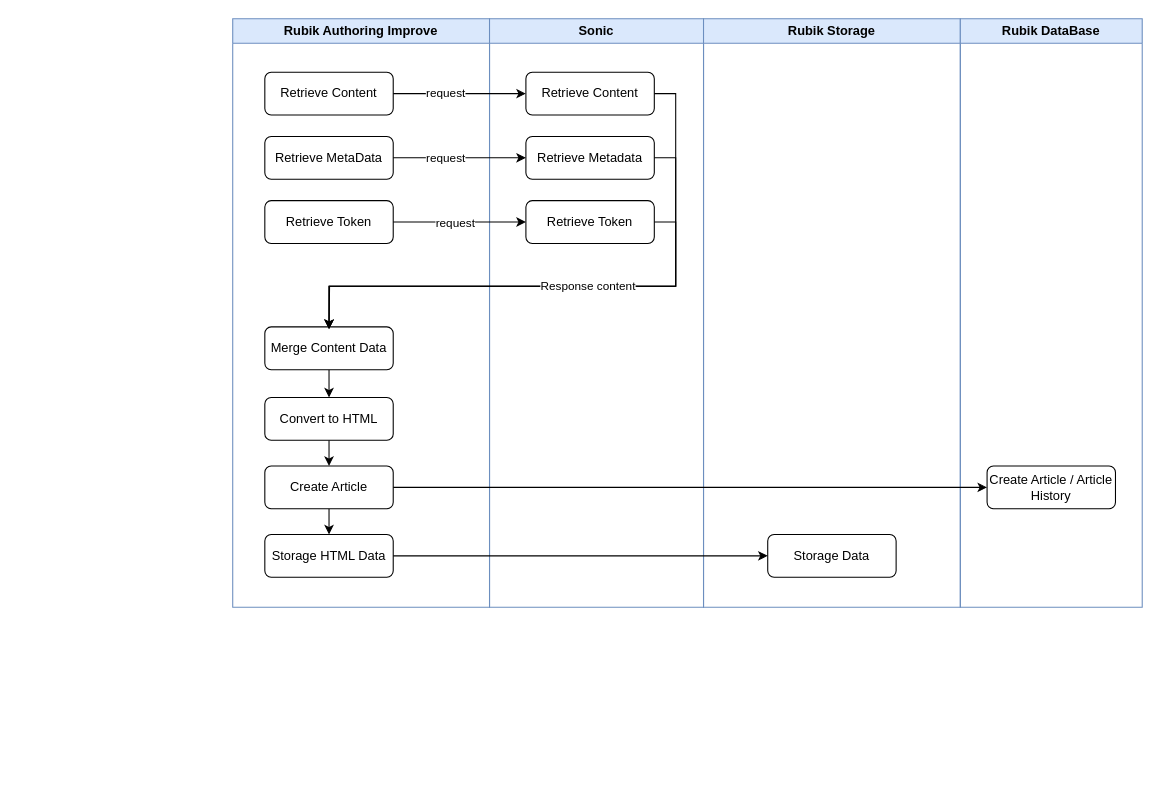
Above: page "Page-14" (14 of 16) of 2.drawio in hy986/Repo_0110 (draw.io), before the change. Source tidied: cells renumbered, new cells numbered last; positions are measured from the earlier drawing's top-left corner, leaving out a move shared by most shapes. Both pictures are drawn from the tidied source at 107%, with x=0, y=0 at pixel (232, 18).
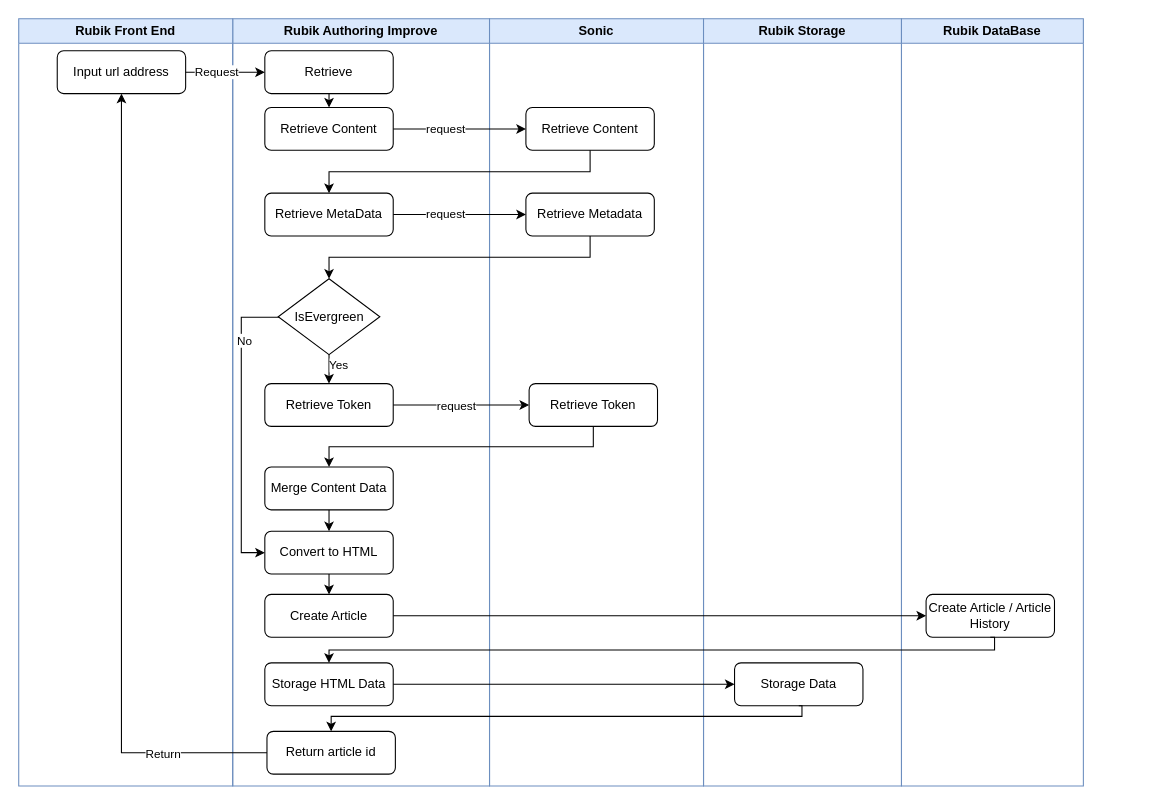
The same diagram, later.

Diff of the diagram source:
```diff
@@
     <mxCell id="2" value="Rubik Authoring Improve" style="swimlane;whiteSpace=wrap;html=1;swimlaneLine=1;fillColor=#dae8fc;strokeColor=#6c8ebf;" parent="1" vertex="1">
-      <mxGeometry width="240" height="550" as="geometry" />
+      <mxGeometry width="240" height="717" as="geometry" />
     </mxCell>
     <mxCell id="3" value="Retrieve Content" style="rounded=1;whiteSpace=wrap;html=1;" parent="2" vertex="1">
-      <mxGeometry x="30" y="50" width="120" height="40" as="geometry" />
+      <mxGeometry x="30" y="83" width="120" height="40" as="geometry" />
     </mxCell>
     <mxCell id="4" value="Retrieve MetaData" style="rounded=1;whiteSpace=wrap;html=1;" parent="2" vertex="1">
-      <mxGeometry x="30" y="110" width="120" height="40" as="geometry" />
+      <mxGeometry x="30" y="163" width="120" height="40" as="geometry" />
     </mxCell>
     <mxCell id="5" value="Retrieve Token" style="rounded=1;whiteSpace=wrap;html=1;" parent="2" vertex="1">
-      <mxGeometry x="30" y="170" width="120" height="40" as="geometry" />
+      <mxGeometry x="30" y="341" width="120" height="40" as="geometry" />
     </mxCell>
-    <mxCell id="6" style="edgeStyle=orthogonalEdgeStyle;rounded=0;jettySize=auto;html=1;exitX=0.5;exitY=1;exitDx=0;exitDy=0;" parent="2" edge="1" source="7" target="12">
-      <mxGeometry relative="1" as="geometry" />
-    </mxCell>
     <mxCell id="7" value="Create Article" style="rounded=1;whiteSpace=wrap;html=1;" parent="2" vertex="1">
-      <mxGeometry x="30" y="418" width="120" height="40" as="geometry" />
+      <mxGeometry x="30" y="538" width="120" height="40" as="geometry" />
     </mxCell>
@@
     <mxCell id="9" value="Merge Content Data" style="rounded=1;whiteSpace=wrap;html=1;" parent="2" vertex="1">
-      <mxGeometry x="30" y="288" width="120" height="40" as="geometry" />
+      <mxGeometry x="30" y="419" width="120" height="40" as="geometry" />
     </mxCell>
@@
     <mxCell id="11" value="Convert to HTML" style="rounded=1;whiteSpace=wrap;html=1;" parent="2" vertex="1">
-      <mxGeometry x="30" y="354" width="120" height="40" as="geometry" />
+      <mxGeometry x="30" y="479" width="120" height="40" as="geometry" />
     </mxCell>
     <mxCell id="12" value="Storage HTML Data" style="rounded=1;whiteSpace=wrap;html=1;" parent="2" vertex="1">
-      <mxGeometry x="30" y="482" width="120" height="40" as="geometry" />
+      <mxGeometry x="30" y="602" width="120" height="40" as="geometry" />
     </mxCell>
+    <mxCell id="32" style="edgeStyle=orthogonalEdgeStyle;rounded=0;jettySize=auto;html=1;exitX=0.5;exitY=1;exitDx=0;exitDy=0;entryX=0.5;entryY=0;entryDx=0;entryDy=0;" parent="2" edge="1" source="33" target="3">
+      <mxGeometry relative="1" as="geometry" />
+    </mxCell>
+    <mxCell id="33" value="Retrieve" style="rounded=1;whiteSpace=wrap;html=1;" parent="2" vertex="1">
+      <mxGeometry x="30" y="30" width="120" height="40" as="geometry" />
+    </mxCell>
+    <mxCell id="34" style="edgeStyle=orthogonalEdgeStyle;rounded=0;jettySize=auto;html=1;exitX=0.5;exitY=1;exitDx=0;exitDy=0;entryX=0.5;entryY=0;entryDx=0;entryDy=0;" parent="2" edge="1" source="38" target="5">
+      <mxGeometry relative="1" as="geometry" />
+    </mxCell>
+    <mxCell id="35" value="Yes" style="edgeLabel;html=1;align=center;verticalAlign=middle;" parent="34" vertex="1">
+      <mxGeometry x="-0.04" y="-1" relative="1" as="geometry">
+        <mxPoint x="9" y="-4" as="offset" />
+      </mxGeometry>
+    </mxCell>
+    <mxCell id="36" style="edgeStyle=orthogonalEdgeStyle;rounded=0;jettySize=auto;html=1;exitX=0.079;exitY=0.507;exitDx=0;exitDy=0;entryX=0;entryY=0.5;entryDx=0;entryDy=0;exitPerimeter=0;" parent="2" edge="1" source="38" target="11">
+      <mxGeometry relative="1" as="geometry">
+        <Array as="points">
+          <mxPoint x="8" y="279" />
+          <mxPoint x="8" y="499" />
+        </Array>
+      </mxGeometry>
+    </mxCell>
+    <mxCell id="37" value="No" style="edgeLabel;html=1;align=center;verticalAlign=middle;" parent="36" vertex="1">
+      <mxGeometry x="-0.55" y="2" relative="1" as="geometry" />
+    </mxCell>
+    <mxCell id="38" value="IsEvergreen" style="rhombus;whiteSpace=wrap;html=1;" parent="2" vertex="1">
+      <mxGeometry x="42.5" y="243" width="95" height="71" as="geometry" />
+    </mxCell>
+    <mxCell id="39" value="Return article id" style="rounded=1;whiteSpace=wrap;html=1;" parent="2" vertex="1">
+      <mxGeometry x="32" y="666" width="120" height="40" as="geometry" />
+    </mxCell>
     <mxCell id="13" value="Sonic" style="swimlane;whiteSpace=wrap;html=1;fillColor=#dae8fc;strokeColor=#6c8ebf;" parent="1" vertex="1">
-      <mxGeometry x="240" width="200" height="550" as="geometry" />
+      <mxGeometry x="240" width="200" height="717" as="geometry" />
     </mxCell>
     <mxCell id="14" value="Retrieve Content" style="rounded=1;whiteSpace=wrap;html=1;" parent="13" vertex="1">
-      <mxGeometry x="34" y="50" width="120" height="40" as="geometry" />
+      <mxGeometry x="34" y="83" width="120" height="40" as="geometry" />
     </mxCell>
     <mxCell id="15" value="Retrieve Metadata" style="rounded=1;whiteSpace=wrap;html=1;" parent="13" vertex="1">
-      <mxGeometry x="34" y="110" width="120" height="40" as="geometry" />
+      <mxGeometry x="34" y="163" width="120" height="40" as="geometry" />
     </mxCell>
     <mxCell id="16" value="Retrieve Token" style="rounded=1;whiteSpace=wrap;html=1;" parent="13" vertex="1">
-      <mxGeometry x="34" y="170" width="120" height="40" as="geometry" />
+      <mxGeometry x="37" y="341" width="120" height="40" as="geometry" />
     </mxCell>
@@
     <mxCell id="23" value="Rubik Storage" style="swimlane;whiteSpace=wrap;html=1;fillColor=#dae8fc;strokeColor=#6c8ebf;" parent="1" vertex="1">
-      <mxGeometry x="440" width="240" height="550" as="geometry" />
+      <mxGeometry x="440" width="185" height="717" as="geometry" />
     </mxCell>
     <mxCell id="24" value="Storage Data" style="rounded=1;whiteSpace=wrap;html=1;fillColor=default;" parent="23" vertex="1">
-      <mxGeometry x="60" y="482" width="120" height="40" as="geometry" />
+      <mxGeometry x="29" y="602" width="120" height="40" as="geometry" />
     </mxCell>
-    <mxCell id="25" style="edgeStyle=orthogonalEdgeStyle;rounded=0;jettySize=auto;html=1;exitX=1;exitY=0.5;exitDx=0;exitDy=0;entryX=0.5;entryY=0;entryDx=0;entryDy=0;" parent="1" edge="1" source="16">
-      <mxGeometry relative="1" as="geometry">
-        <mxPoint x="90" y="290" as="targetPoint" />
-      </mxGeometry>
-    </mxCell>
-    <mxCell id="26" style="edgeStyle=orthogonalEdgeStyle;rounded=0;jettySize=auto;html=1;exitX=1;exitY=0.5;exitDx=0;exitDy=0;entryX=0.5;entryY=0;entryDx=0;entryDy=0;" parent="1" edge="1" source="15">
-      <mxGeometry relative="1" as="geometry">
-        <mxPoint x="90" y="290" as="targetPoint" />
-        <Array as="points">
-          <mxPoint x="414" y="130" />
-          <mxPoint x="414" y="250" />
-          <mxPoint x="90" y="250" />
-        </Array>
-      </mxGeometry>
-    </mxCell>
-    <mxCell id="27" value="Response content" style="edgeStyle=orthogonalEdgeStyle;rounded=0;jettySize=auto;html=1;exitX=1;exitY=0.5;exitDx=0;exitDy=0;entryX=0.5;entryY=0;entryDx=0;entryDy=0;" parent="1" edge="1" source="14">
-      <mxGeometry relative="1" as="geometry">
-        <mxPoint x="90" y="290" as="targetPoint" />
-        <Array as="points">
-          <mxPoint x="414" y="70" />
-          <mxPoint x="414" y="250" />
-          <mxPoint x="90" y="250" />
-        </Array>
-      </mxGeometry>
-    </mxCell>
     <mxCell id="28" value="Rubik DataBase" style="swimlane;whiteSpace=wrap;html=1;fillColor=#dae8fc;strokeColor=#6c8ebf;" parent="1" vertex="1">
-      <mxGeometry x="680" width="170" height="550" as="geometry" />
+      <mxGeometry x="625" width="170" height="717" as="geometry" />
     </mxCell>
     <mxCell id="29" value="Create Article / Article History" style="rounded=1;whiteSpace=wrap;html=1;" parent="28" vertex="1">
-      <mxGeometry x="25" y="418" width="120" height="40" as="geometry" />
+      <mxGeometry x="23" y="538" width="120" height="40" as="geometry" />
     </mxCell>
@@
+    <mxCell id="40" value="Rubik Front End" style="swimlane;whiteSpace=wrap;html=1;fillColor=#dae8fc;strokeColor=#6c8ebf;" parent="1" vertex="1">
+      <mxGeometry x="-200" width="200" height="717" as="geometry" />
+    </mxCell>
+    <mxCell id="41" value="Input url address" style="rounded=1;whiteSpace=wrap;html=1;" parent="40" vertex="1">
+      <mxGeometry x="36" y="30" width="120" height="40" as="geometry" />
+    </mxCell>
+    <mxCell id="42" style="edgeStyle=orthogonalEdgeStyle;rounded=0;jettySize=auto;html=1;exitX=1;exitY=0.5;exitDx=0;exitDy=0;entryX=0;entryY=0.5;entryDx=0;entryDy=0;" parent="1" edge="1" source="41" target="33">
+      <mxGeometry relative="1" as="geometry" />
+    </mxCell>
+    <mxCell id="43" value="Request" style="edgeLabel;html=1;align=center;verticalAlign=middle;" parent="42" vertex="1">
+      <mxGeometry x="-0.24" y="1" relative="1" as="geometry" />
+    </mxCell>
+    <mxCell id="44" style="edgeStyle=orthogonalEdgeStyle;rounded=0;jettySize=auto;html=1;exitX=0.5;exitY=1;exitDx=0;exitDy=0;entryX=0.5;entryY=0;entryDx=0;entryDy=0;" parent="1" edge="1" source="14" target="4">
+      <mxGeometry relative="1" as="geometry" />
+    </mxCell>
+    <mxCell id="45" style="edgeStyle=orthogonalEdgeStyle;rounded=0;jettySize=auto;html=1;exitX=0.5;exitY=1;exitDx=0;exitDy=0;" parent="1" edge="1" source="15" target="38">
+      <mxGeometry relative="1" as="geometry" />
+    </mxCell>
+    <mxCell id="46" style="edgeStyle=orthogonalEdgeStyle;rounded=0;jettySize=auto;html=1;exitX=0.5;exitY=1;exitDx=0;exitDy=0;entryX=0.5;entryY=0;entryDx=0;entryDy=0;" parent="1" edge="1" source="16" target="9">
+      <mxGeometry relative="1" as="geometry">
+        <Array as="points">
+          <mxPoint x="337" y="400" />
+          <mxPoint x="90" y="400" />
+        </Array>
+      </mxGeometry>
+    </mxCell>
+    <mxCell id="47" style="edgeStyle=orthogonalEdgeStyle;rounded=0;jettySize=auto;html=1;exitX=0;exitY=0.5;exitDx=0;exitDy=0;entryX=0.5;entryY=1;entryDx=0;entryDy=0;" parent="1" edge="1" source="39" target="41">
+      <mxGeometry relative="1" as="geometry">
+        <Array as="points">
+          <mxPoint x="-104" y="686" />
+        </Array>
+      </mxGeometry>
+    </mxCell>
+    <mxCell id="48" value="Return" style="edgeLabel;html=1;align=center;verticalAlign=middle;" parent="47" vertex="1">
+      <mxGeometry x="-0.74" relative="1" as="geometry" />
+    </mxCell>
+    <mxCell id="49" style="edgeStyle=orthogonalEdgeStyle;rounded=0;jettySize=auto;html=1;exitX=0.5;exitY=1;exitDx=0;exitDy=0;entryX=0.5;entryY=0;entryDx=0;entryDy=0;" parent="1" edge="1" source="29" target="12">
+      <mxGeometry relative="1" as="geometry">
+        <Array as="points">
+          <mxPoint x="712" y="578" />
+          <mxPoint x="712" y="590" />
+          <mxPoint x="90" y="590" />
+        </Array>
+      </mxGeometry>
+    </mxCell>
+    <mxCell id="50" style="edgeStyle=orthogonalEdgeStyle;rounded=0;jettySize=auto;html=1;exitX=0.5;exitY=1;exitDx=0;exitDy=0;entryX=0.5;entryY=0;entryDx=0;entryDy=0;" parent="1" edge="1" source="24" target="39">
+      <mxGeometry relative="1" as="geometry">
+        <Array as="points">
+          <mxPoint x="532" y="642" />
+          <mxPoint x="532" y="652" />
+          <mxPoint x="92" y="652" />
+        </Array>
+      </mxGeometry>
+    </mxCell>
```
